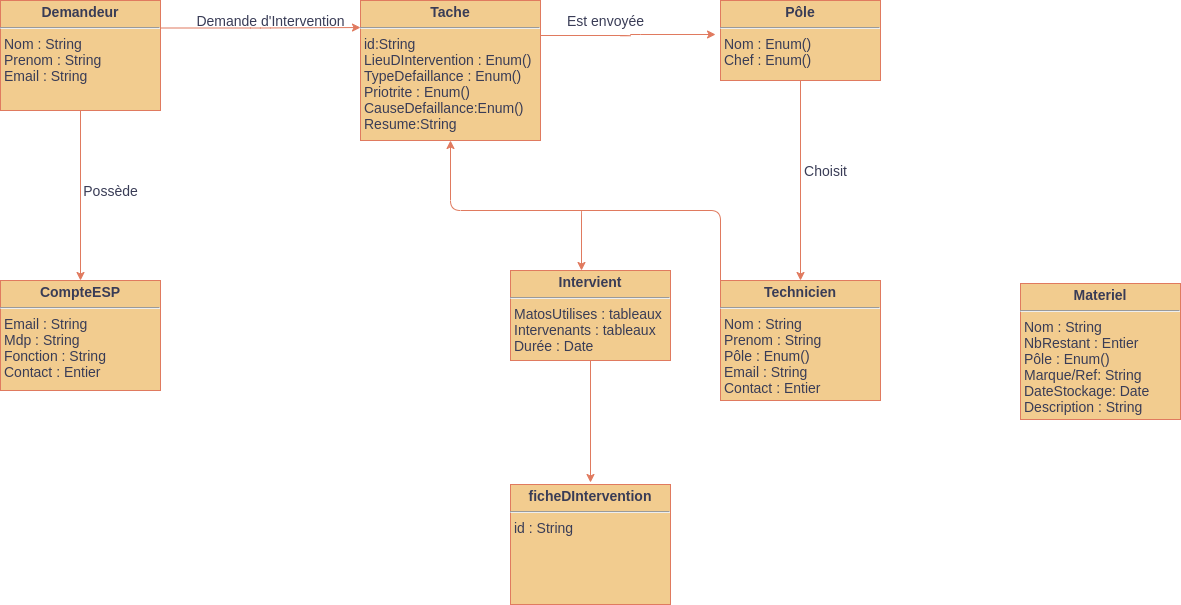
k-raky/smesp keeps this draw.io diagram as maintenance.png. Above is the earlier version. Source tidied: cells renumbered, new cells last; positions are measured from the earlier drawing's top-left corner, leaving out a move shared by most shapes.
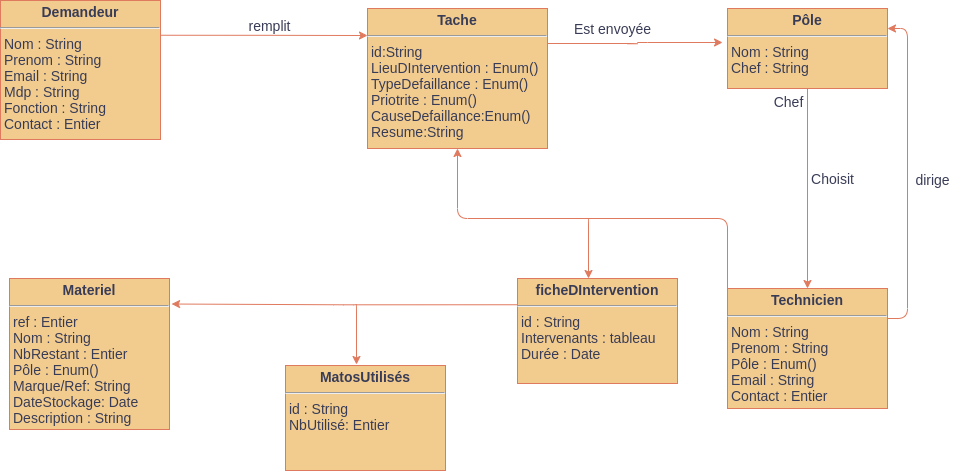
Later version of the same file.

What changed in the source:
```diff
@@ -8,47 +8,36 @@
     <mxCell id="3" value="&lt;p style=&quot;margin: 4px 0px 0px; text-align: center; font-size: 14px;&quot;&gt;&lt;b style=&quot;font-size: 14px;&quot;&gt;Tache&lt;/b&gt;&lt;/p&gt;&lt;hr style=&quot;font-size: 14px;&quot;&gt;&lt;p style=&quot;margin: 0px 0px 0px 4px; font-size: 14px;&quot;&gt;&lt;span style=&quot;font-size: 14px;&quot;&gt;id:String&lt;/span&gt;&lt;/p&gt;&lt;p style=&quot;margin: 0px 0px 0px 4px; font-size: 14px;&quot;&gt;&lt;span style=&quot;font-size: 14px;&quot;&gt;LieuDIntervention : Enum()&lt;/span&gt;&lt;br style=&quot;font-size: 14px;&quot;&gt;&lt;/p&gt;&lt;p style=&quot;margin: 0px 0px 0px 4px; font-size: 14px;&quot;&gt;TypeDefaillance : Enum()&lt;/p&gt;&lt;p style=&quot;margin: 0px 0px 0px 4px; font-size: 14px;&quot;&gt;Priotrite : Enum()&lt;/p&gt;&lt;p style=&quot;margin: 0px 0px 0px 4px; font-size: 14px;&quot;&gt;CauseDefaillance:Enum()&lt;/p&gt;&lt;p style=&quot;margin: 0px 0px 0px 4px; font-size: 14px;&quot;&gt;Resume:String&lt;/p&gt;&lt;p style=&quot;margin: 0px 0px 0px 4px; font-size: 14px;&quot;&gt;&lt;br style=&quot;font-size: 14px;&quot;&gt;&lt;/p&gt;&lt;p style=&quot;margin: 0px 0px 0px 4px; font-size: 14px;&quot;&gt;&lt;br style=&quot;font-size: 14px;&quot;&gt;&lt;/p&gt;" style="verticalAlign=top;align=left;overflow=fill;fontSize=14;fontFamily=Helvetica;html=1;rounded=0;sketch=0;fontColor=#393C56;strokeColor=#E07A5F;fillColor=#F2CC8F;" parent="1" vertex="1">
       <mxGeometry x="360" width="180" height="140" as="geometry" />
     </mxCell>
-    <mxCell id="4" style="edgeStyle=orthogonalEdgeStyle;curved=0;rounded=1;sketch=0;jettySize=auto;html=1;exitX=0.5;exitY=1;exitDx=0;exitDy=0;fontColor=#393C56;strokeColor=#E07A5F;fillColor=#F2CC8F;fontSize=14;" parent="1" edge="1" source="5">
-      <mxGeometry relative="1" as="geometry">
-        <mxPoint x="590" y="482" as="targetPoint" />
-      </mxGeometry>
-    </mxCell>
+    <mxCell id="21" style="edgeStyle=orthogonalEdgeStyle;curved=0;rounded=1;sketch=0;jettySize=auto;html=1;exitX=0;exitY=0.25;exitDx=0;exitDy=0;entryX=1.013;entryY=0.169;entryDx=0;entryDy=0;entryPerimeter=0;fontSize=14;fontColor=#393C56;strokeColor=#E07A5F;fillColor=#F2CC8F;" parent="1" edge="1" source="5" target="20">
+      <mxGeometry relative="1" as="geometry" />
+    </mxCell>
-    <mxCell id="5" value="&lt;p style=&quot;margin: 4px 0px 0px; text-align: center; font-size: 14px;&quot;&gt;&lt;b style=&quot;font-size: 14px;&quot;&gt;Intervient&lt;/b&gt;&lt;/p&gt;&lt;hr style=&quot;font-size: 14px;&quot;&gt;&lt;p style=&quot;margin: 0px 0px 0px 4px; font-size: 14px;&quot;&gt;MatosUtilises : tableaux&lt;/p&gt;&lt;p style=&quot;margin: 0px 0px 0px 4px; font-size: 14px;&quot;&gt;Intervenants : tableaux&lt;/p&gt;&lt;p style=&quot;margin: 0px 0px 0px 4px; font-size: 14px;&quot;&gt;Durée : Date&lt;/p&gt;&lt;p style=&quot;margin: 0px 0px 0px 4px; font-size: 14px;&quot;&gt;&lt;br style=&quot;font-size: 14px;&quot;&gt;&lt;/p&gt;&lt;p style=&quot;margin: 0px 0px 0px 4px; font-size: 14px;&quot;&gt;&lt;br style=&quot;font-size: 14px;&quot;&gt;&lt;/p&gt;" style="verticalAlign=top;align=left;overflow=fill;fontSize=14;fontFamily=Helvetica;html=1;rounded=0;sketch=0;fontColor=#393C56;strokeColor=#E07A5F;fillColor=#F2CC8F;" parent="1" vertex="1">
-      <mxGeometry x="510" y="270" width="160" height="90" as="geometry" />
+    <mxCell id="5" value="&lt;p style=&quot;margin: 4px 0px 0px ; text-align: center ; font-size: 14px&quot;&gt;&lt;b&gt;ficheDIntervention&lt;/b&gt;&lt;/p&gt;&lt;hr style=&quot;font-size: 14px&quot;&gt;&lt;p style=&quot;margin: 0px 0px 0px 4px&quot;&gt;id : String&lt;/p&gt;&lt;p style=&quot;margin: 0px 0px 0px 4px&quot;&gt;Intervenants : tableau&lt;/p&gt;&lt;p style=&quot;margin: 0px 0px 0px 4px&quot;&gt;Durée : Date&lt;/p&gt;&lt;p style=&quot;margin: 0px 0px 0px 4px&quot;&gt;&lt;br&gt;&lt;/p&gt;&lt;p style=&quot;margin: 0px 0px 0px 4px ; font-size: 14px&quot;&gt;&lt;br style=&quot;font-size: 14px&quot;&gt;&lt;/p&gt;&lt;p style=&quot;margin: 0px 0px 0px 4px ; font-size: 14px&quot;&gt;&lt;br style=&quot;font-size: 14px&quot;&gt;&lt;/p&gt;" style="verticalAlign=top;align=left;overflow=fill;fontSize=14;fontFamily=Helvetica;html=1;rounded=0;sketch=0;fontColor=#393C56;strokeColor=#E07A5F;fillColor=#F2CC8F;" parent="1" vertex="1">
+      <mxGeometry x="510" y="270" width="160" height="105" as="geometry" />
     </mxCell>
-    <mxCell id="6" value="&lt;p style=&quot;margin: 4px 0px 0px ; text-align: center ; font-size: 14px&quot;&gt;&lt;b&gt;ficheDIntervention&lt;/b&gt;&lt;/p&gt;&lt;hr style=&quot;font-size: 14px&quot;&gt;&lt;p style=&quot;margin: 0px 0px 0px 4px ; font-size: 14px&quot;&gt;id : String&lt;/p&gt;&lt;p style=&quot;margin: 0px 0px 0px 4px ; font-size: 14px&quot;&gt;&lt;br&gt;&lt;/p&gt;&lt;p style=&quot;margin: 0px 0px 0px 4px ; font-size: 14px&quot;&gt;&lt;br style=&quot;font-size: 14px&quot;&gt;&lt;/p&gt;&lt;p style=&quot;margin: 0px 0px 0px 4px ; font-size: 14px&quot;&gt;&lt;br style=&quot;font-size: 14px&quot;&gt;&lt;/p&gt;" style="verticalAlign=top;align=left;overflow=fill;fontSize=14;fontFamily=Helvetica;html=1;rounded=0;sketch=0;fontColor=#393C56;strokeColor=#E07A5F;fillColor=#F2CC8F;" parent="1" vertex="1">
-      <mxGeometry x="510" y="484" width="160" height="120" as="geometry" />
-    </mxCell>
     <mxCell id="7" style="edgeStyle=orthogonalEdgeStyle;curved=0;rounded=1;sketch=0;jettySize=auto;html=1;exitX=1;exitY=0.25;exitDx=0;exitDy=0;entryX=0;entryY=0.193;entryDx=0;entryDy=0;entryPerimeter=0;fontColor=#393C56;strokeColor=#E07A5F;fillColor=#F2CC8F;fontSize=14;" parent="1" edge="1" source="9" target="3">
       <mxGeometry relative="1" as="geometry" />
     </mxCell>
-    <mxCell id="8" style="edgeStyle=orthogonalEdgeStyle;curved=0;rounded=1;sketch=0;jettySize=auto;html=1;exitX=0.5;exitY=1;exitDx=0;exitDy=0;fontColor=#393C56;strokeColor=#E07A5F;fillColor=#F2CC8F;fontSize=14;" parent="1" edge="1" source="9" target="15">
-      <mxGeometry relative="1" as="geometry" />
-    </mxCell>
-    <mxCell id="9" value="&lt;p style=&quot;margin: 4px 0px 0px; text-align: center; font-size: 14px;&quot;&gt;&lt;b style=&quot;font-size: 14px;&quot;&gt;Demandeur&lt;/b&gt;&lt;/p&gt;&lt;hr style=&quot;font-size: 14px;&quot;&gt;&lt;p style=&quot;margin: 0px 0px 0px 4px; font-size: 14px;&quot;&gt;Nom : String&lt;/p&gt;&lt;p style=&quot;margin: 0px 0px 0px 4px; font-size: 14px;&quot;&gt;Prenom : String&lt;/p&gt;&lt;p style=&quot;margin: 0px 0px 0px 4px; font-size: 14px;&quot;&gt;Email : String&lt;/p&gt;&lt;p style=&quot;margin: 0px 0px 0px 4px; font-size: 14px;&quot;&gt;&lt;br style=&quot;font-size: 14px;&quot;&gt;&lt;/p&gt;" style="verticalAlign=top;align=left;overflow=fill;fontSize=14;fontFamily=Helvetica;html=1;rounded=0;sketch=0;fontColor=#393C56;strokeColor=#E07A5F;fillColor=#F2CC8F;" parent="1" vertex="1">
-      <mxGeometry width="160" height="110" as="geometry" />
+    <mxCell id="9" value="&lt;p style=&quot;margin: 4px 0px 0px ; text-align: center ; font-size: 14px&quot;&gt;&lt;b style=&quot;font-size: 14px&quot;&gt;Demandeur&lt;/b&gt;&lt;/p&gt;&lt;hr style=&quot;font-size: 14px&quot;&gt;&lt;p style=&quot;margin: 0px 0px 0px 4px ; font-size: 14px&quot;&gt;Nom : String&lt;/p&gt;&lt;p style=&quot;margin: 0px 0px 0px 4px ; font-size: 14px&quot;&gt;Prenom : String&lt;/p&gt;&lt;p style=&quot;margin: 0px 0px 0px 4px ; font-size: 14px&quot;&gt;Email : String&lt;/p&gt;&lt;p style=&quot;margin: 0px 0px 0px 4px&quot;&gt;Mdp : String&lt;/p&gt;&lt;p style=&quot;margin: 0px 0px 0px 4px&quot;&gt;Fonction : String&lt;/p&gt;&lt;p style=&quot;margin: 0px 0px 0px 4px&quot;&gt;Contact : Entier&lt;/p&gt;&lt;p style=&quot;margin: 0px 0px 0px 4px ; font-size: 14px&quot;&gt;&lt;br style=&quot;font-size: 14px&quot;&gt;&lt;/p&gt;" style="verticalAlign=top;align=left;overflow=fill;fontSize=14;fontFamily=Helvetica;html=1;rounded=0;sketch=0;fontColor=#393C56;strokeColor=#E07A5F;fillColor=#F2CC8F;" parent="1" vertex="1">
+      <mxGeometry x="-7" y="-8" width="160" height="139" as="geometry" />
     </mxCell>
     <mxCell id="10" style="edgeStyle=orthogonalEdgeStyle;curved=0;rounded=1;sketch=0;jettySize=auto;html=1;exitX=0;exitY=0;exitDx=0;exitDy=0;entryX=0.5;entryY=1;entryDx=0;entryDy=0;fontColor=#393C56;strokeColor=#E07A5F;fillColor=#F2CC8F;fontSize=14;" parent="1" edge="1" source="11" target="3">
       <mxGeometry relative="1" as="geometry" />
     </mxCell>
+    <mxCell id="22" style="edgeStyle=orthogonalEdgeStyle;curved=0;rounded=1;sketch=0;jettySize=auto;html=1;exitX=1;exitY=0.25;exitDx=0;exitDy=0;entryX=1;entryY=0.25;entryDx=0;entryDy=0;fontSize=14;fontColor=#393C56;strokeColor=#E07A5F;fillColor=#F2CC8F;" parent="1" edge="1" source="11" target="13">
+      <mxGeometry relative="1" as="geometry" />
+    </mxCell>
     <mxCell id="11" value="&lt;p style=&quot;margin: 4px 0px 0px; text-align: center; font-size: 14px;&quot;&gt;&lt;b style=&quot;font-size: 14px;&quot;&gt;Technicien&lt;/b&gt;&lt;/p&gt;&lt;hr style=&quot;font-size: 14px;&quot;&gt;&lt;p style=&quot;margin: 0px 0px 0px 4px; font-size: 14px;&quot;&gt;&lt;span style=&quot;font-size: 14px;&quot;&gt;Nom : String&lt;/span&gt;&lt;br style=&quot;font-size: 14px;&quot;&gt;&lt;/p&gt;&lt;p style=&quot;margin: 0px 0px 0px 4px; font-size: 14px;&quot;&gt;Prenom : String&lt;/p&gt;&lt;p style=&quot;margin: 0px 0px 0px 4px; font-size: 14px;&quot;&gt;Pôle : Enum()&lt;/p&gt;&lt;p style=&quot;margin: 0px 0px 0px 4px; font-size: 14px;&quot;&gt;Email : String&lt;/p&gt;&lt;p style=&quot;margin: 0px 0px 0px 4px; font-size: 14px;&quot;&gt;&lt;span style=&quot;font-size: 14px;&quot;&gt;Contact : Entier&lt;/span&gt;&lt;br style=&quot;font-size: 14px;&quot;&gt;&lt;/p&gt;&lt;p style=&quot;margin: 0px 0px 0px 4px; font-size: 14px;&quot;&gt;&lt;br style=&quot;font-size: 14px;&quot;&gt;&lt;/p&gt;" style="verticalAlign=top;align=left;overflow=fill;fontSize=14;fontFamily=Helvetica;html=1;rounded=0;sketch=0;fontColor=#393C56;strokeColor=#E07A5F;fillColor=#F2CC8F;" parent="1" vertex="1">
       <mxGeometry x="720" y="280" width="160" height="120" as="geometry" />
     </mxCell>
     <mxCell id="12" style="edgeStyle=orthogonalEdgeStyle;curved=0;rounded=1;sketch=0;jettySize=auto;html=1;exitX=0.5;exitY=1;exitDx=0;exitDy=0;fontColor=#393C56;strokeColor=#E07A5F;fillColor=#F2CC8F;fontSize=14;" parent="1" edge="1" source="13" target="11">
       <mxGeometry relative="1" as="geometry" />
     </mxCell>
-    <mxCell id="13" value="&lt;p style=&quot;margin: 4px 0px 0px; text-align: center; font-size: 14px;&quot;&gt;&lt;b style=&quot;font-size: 14px;&quot;&gt;Pôle&lt;/b&gt;&lt;/p&gt;&lt;hr style=&quot;font-size: 14px;&quot;&gt;&lt;p style=&quot;margin: 0px 0px 0px 4px; font-size: 14px;&quot;&gt;&lt;span style=&quot;font-size: 14px;&quot;&gt;Nom : Enum()&lt;/span&gt;&lt;/p&gt;&lt;p style=&quot;margin: 0px 0px 0px 4px; font-size: 14px;&quot;&gt;Chef : Enum()&lt;/p&gt;&lt;p style=&quot;margin: 0px 0px 0px 4px; font-size: 14px;&quot;&gt;&lt;br style=&quot;font-size: 14px;&quot;&gt;&lt;/p&gt;" style="verticalAlign=top;align=left;overflow=fill;fontSize=14;fontFamily=Helvetica;html=1;rounded=0;sketch=0;fontColor=#393C56;strokeColor=#E07A5F;fillColor=#F2CC8F;" parent="1" vertex="1">
+    <mxCell id="13" value="&lt;p style=&quot;margin: 4px 0px 0px ; text-align: center ; font-size: 14px&quot;&gt;&lt;b style=&quot;font-size: 14px&quot;&gt;Pôle&lt;/b&gt;&lt;/p&gt;&lt;hr style=&quot;font-size: 14px&quot;&gt;&lt;p style=&quot;margin: 0px 0px 0px 4px ; font-size: 14px&quot;&gt;&lt;span style=&quot;font-size: 14px&quot;&gt;Nom : String&lt;/span&gt;&lt;/p&gt;&lt;p style=&quot;margin: 0px 0px 0px 4px ; font-size: 14px&quot;&gt;Chef : String&lt;/p&gt;&lt;p style=&quot;margin: 0px 0px 0px 4px ; font-size: 14px&quot;&gt;&lt;br style=&quot;font-size: 14px&quot;&gt;&lt;/p&gt;" style="verticalAlign=top;align=left;overflow=fill;fontSize=14;fontFamily=Helvetica;html=1;rounded=0;sketch=0;fontColor=#393C56;strokeColor=#E07A5F;fillColor=#F2CC8F;" parent="1" vertex="1">
       <mxGeometry x="720" width="160" height="80" as="geometry" />
     </mxCell>
-    <mxCell id="14" value="Demande d'Intervention" style="text;html=1;align=center;verticalAlign=middle;strokeColor=none;fontColor=#393C56;fontSize=14;" parent="1" vertex="1">
-      <mxGeometry x="190" y="10" width="160" height="20" as="geometry" />
+    <mxCell id="14" value="remplit" style="text;html=1;align=center;verticalAlign=middle;strokeColor=none;fontColor=#393C56;fontSize=14;" parent="1" vertex="1">
+      <mxGeometry x="236" y="6" width="52" height="21" as="geometry" />
     </mxCell>
-    <mxCell id="15" value="&lt;p style=&quot;margin: 4px 0px 0px; text-align: center; font-size: 14px;&quot;&gt;&lt;b style=&quot;font-size: 14px;&quot;&gt;CompteESP&lt;/b&gt;&lt;/p&gt;&lt;hr style=&quot;font-size: 14px;&quot;&gt;&lt;p style=&quot;margin: 0px 0px 0px 4px; font-size: 14px;&quot;&gt;Email : String&lt;/p&gt;&lt;p style=&quot;margin: 0px 0px 0px 4px; font-size: 14px;&quot;&gt;Mdp : String&lt;/p&gt;&lt;p style=&quot;margin: 0px 0px 0px 4px; font-size: 14px;&quot;&gt;Fonction : String&lt;/p&gt;&lt;p style=&quot;margin: 0px 0px 0px 4px; font-size: 14px;&quot;&gt;Contact : Entier&lt;/p&gt;&lt;p style=&quot;margin: 0px 0px 0px 4px; font-size: 14px;&quot;&gt;&lt;br style=&quot;font-size: 14px;&quot;&gt;&lt;/p&gt;" style="verticalAlign=top;align=left;overflow=fill;fontSize=14;fontFamily=Helvetica;html=1;rounded=0;sketch=0;fontColor=#393C56;strokeColor=#E07A5F;fillColor=#F2CC8F;" parent="1" vertex="1">
-      <mxGeometry y="280" width="160" height="110" as="geometry" />
-    </mxCell>
-    <mxCell id="16" value="Possède" style="text;html=1;align=center;verticalAlign=middle;strokeColor=none;fontColor=#393C56;fontSize=14;" parent="1" vertex="1">
-      <mxGeometry x="75" y="180" width="70" height="20" as="geometry" />
-    </mxCell>
     <mxCell id="17" value="Choisit" style="text;html=1;align=center;verticalAlign=middle;strokeColor=none;fontColor=#393C56;fontSize=14;" parent="1" vertex="1">
       <mxGeometry x="795" y="160" width="60" height="20" as="geometry" />
     </mxCell>
@@ -64,8 +53,26 @@
         </Array>
       </mxGeometry>
     </mxCell>
-    <mxCell id="20" value="&lt;p style=&quot;margin: 4px 0px 0px ; text-align: center ; font-size: 14px&quot;&gt;&lt;b style=&quot;font-size: 14px&quot;&gt;Materiel&lt;/b&gt;&lt;/p&gt;&lt;hr style=&quot;font-size: 14px&quot;&gt;&lt;p style=&quot;margin: 0px 0px 0px 4px ; font-size: 14px&quot;&gt;Nom : String&lt;/p&gt;&lt;p style=&quot;margin: 0px 0px 0px 4px ; font-size: 14px&quot;&gt;NbRestant : Entier&lt;/p&gt;&lt;p style=&quot;margin: 0px 0px 0px 4px ; font-size: 14px&quot;&gt;Pôle : Enum()&lt;/p&gt;&lt;p style=&quot;margin: 0px 0px 0px 4px ; font-size: 14px&quot;&gt;Marque/Ref: String&lt;/p&gt;&lt;p style=&quot;margin: 0px 0px 0px 4px ; font-size: 14px&quot;&gt;DateStockage: Date&lt;/p&gt;&lt;p style=&quot;margin: 0px 0px 0px 4px ; font-size: 14px&quot;&gt;&lt;span style=&quot;font-size: 14px&quot;&gt;Description : String&lt;/span&gt;&lt;/p&gt;&lt;p style=&quot;margin: 0px 0px 0px 4px ; font-size: 14px&quot;&gt;&lt;br style=&quot;font-size: 14px&quot;&gt;&lt;/p&gt;&lt;p style=&quot;margin: 0px 0px 0px 4px ; font-size: 14px&quot;&gt;&lt;br style=&quot;font-size: 14px&quot;&gt;&lt;/p&gt;" style="verticalAlign=top;align=left;overflow=fill;fontSize=14;fontFamily=Helvetica;html=1;rounded=0;sketch=0;fontColor=#393C56;strokeColor=#E07A5F;fillColor=#F2CC8F;" parent="1" vertex="1">
-      <mxGeometry x="1020" y="283" width="160" height="136" as="geometry" />
+    <mxCell id="20" value="&lt;p style=&quot;margin: 4px 0px 0px ; text-align: center ; font-size: 14px&quot;&gt;&lt;b style=&quot;font-size: 14px&quot;&gt;Materiel&lt;/b&gt;&lt;/p&gt;&lt;hr style=&quot;font-size: 14px&quot;&gt;&lt;p style=&quot;margin: 0px 0px 0px 4px ; font-size: 14px&quot;&gt;ref : Entier&lt;/p&gt;&lt;p style=&quot;margin: 0px 0px 0px 4px ; font-size: 14px&quot;&gt;Nom : String&lt;/p&gt;&lt;p style=&quot;margin: 0px 0px 0px 4px ; font-size: 14px&quot;&gt;NbRestant : Entier&lt;/p&gt;&lt;p style=&quot;margin: 0px 0px 0px 4px ; font-size: 14px&quot;&gt;Pôle : Enum()&lt;/p&gt;&lt;p style=&quot;margin: 0px 0px 0px 4px ; font-size: 14px&quot;&gt;Marque/Ref: String&lt;/p&gt;&lt;p style=&quot;margin: 0px 0px 0px 4px ; font-size: 14px&quot;&gt;DateStockage: Date&lt;/p&gt;&lt;p style=&quot;margin: 0px 0px 0px 4px ; font-size: 14px&quot;&gt;&lt;span style=&quot;font-size: 14px&quot;&gt;Description : String&lt;/span&gt;&lt;/p&gt;&lt;p style=&quot;margin: 0px 0px 0px 4px ; font-size: 14px&quot;&gt;&lt;br style=&quot;font-size: 14px&quot;&gt;&lt;/p&gt;&lt;p style=&quot;margin: 0px 0px 0px 4px ; font-size: 14px&quot;&gt;&lt;br style=&quot;font-size: 14px&quot;&gt;&lt;/p&gt;" style="verticalAlign=top;align=left;overflow=fill;fontSize=14;fontFamily=Helvetica;html=1;rounded=0;sketch=0;fontColor=#393C56;strokeColor=#E07A5F;fillColor=#F2CC8F;" parent="1" vertex="1">
+      <mxGeometry x="2" y="270" width="160" height="151" as="geometry" />
     </mxCell>
+    <mxCell id="23" value="Chef" style="text;html=1;align=center;verticalAlign=middle;strokeColor=none;fontSize=14;fontColor=#393C56;" parent="1" vertex="1">
+      <mxGeometry x="761" y="82" width="40" height="21" as="geometry" />
+    </mxCell>
+    <mxCell id="24" value="dirige" style="text;html=1;align=center;verticalAlign=middle;strokeColor=none;fontSize=14;fontColor=#393C56;" parent="1" vertex="1">
+      <mxGeometry x="903" y="160" width="44" height="21" as="geometry" />
+    </mxCell>
+    <mxCell id="25" style="edgeStyle=orthogonalEdgeStyle;curved=0;rounded=1;sketch=0;orthogonalLoop=1;jettySize=auto;html=1;fontColor=#393C56;strokeColor=#E07A5F;fillColor=#F2CC8F;fontSize=14;" parent="1" edge="1">
+      <mxGeometry relative="1" as="geometry">
+        <mxPoint x="348" y="296" as="sourcePoint" />
+        <mxPoint x="349" y="356" as="targetPoint" />
+        <Array as="points">
+          <mxPoint x="349" y="296" />
+        </Array>
+      </mxGeometry>
+    </mxCell>
+    <mxCell id="26" value="&lt;p style=&quot;margin: 4px 0px 0px ; text-align: center ; font-size: 14px&quot;&gt;&lt;b&gt;MatosUtilisés&lt;/b&gt;&lt;/p&gt;&lt;hr style=&quot;font-size: 14px&quot;&gt;&lt;p style=&quot;margin: 0px 0px 0px 4px&quot;&gt;id : String&lt;/p&gt;&lt;p style=&quot;margin: 0px 0px 0px 4px&quot;&gt;NbUtilisé: Entier&lt;/p&gt;&lt;p style=&quot;margin: 0px 0px 0px 4px ; font-size: 14px&quot;&gt;&lt;br style=&quot;font-size: 14px&quot;&gt;&lt;/p&gt;&lt;p style=&quot;margin: 0px 0px 0px 4px ; font-size: 14px&quot;&gt;&lt;br style=&quot;font-size: 14px&quot;&gt;&lt;/p&gt;" style="verticalAlign=top;align=left;overflow=fill;fontSize=14;fontFamily=Helvetica;html=1;rounded=0;sketch=0;fontColor=#393C56;strokeColor=#E07A5F;fillColor=#F2CC8F;" parent="1" vertex="1">
+      <mxGeometry x="278" y="357" width="160" height="105" as="geometry" />
+    </mxCell>
   </root>
 </mxGraphModel>
```
